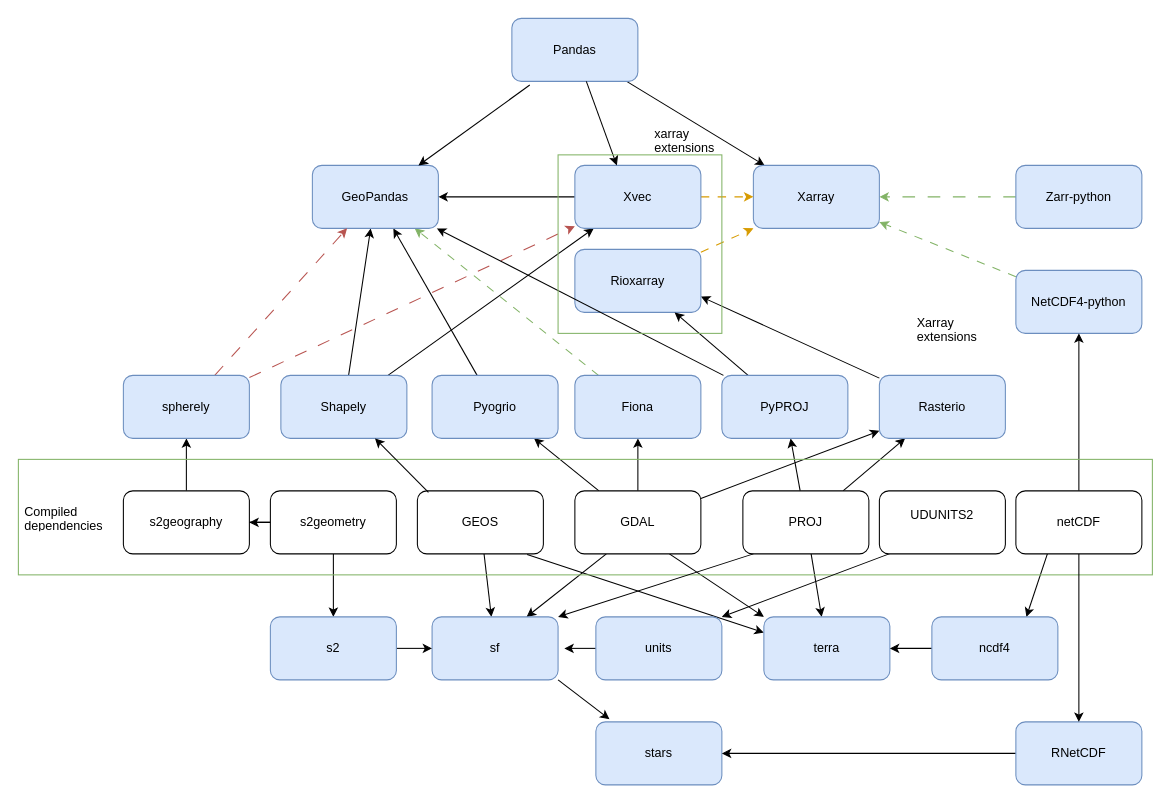
Above: geopythonR.drawio in edzer/sdsl (draw.io), before the change. Source tidied: cells renumbered, new cells numbered last; positions are measured from the earlier drawing's top-left corner, leaving out a move shared by most shapes. Both pictures are drawn from the tidied source at 105%, with x=0, y=0 at pixel (18, 18).
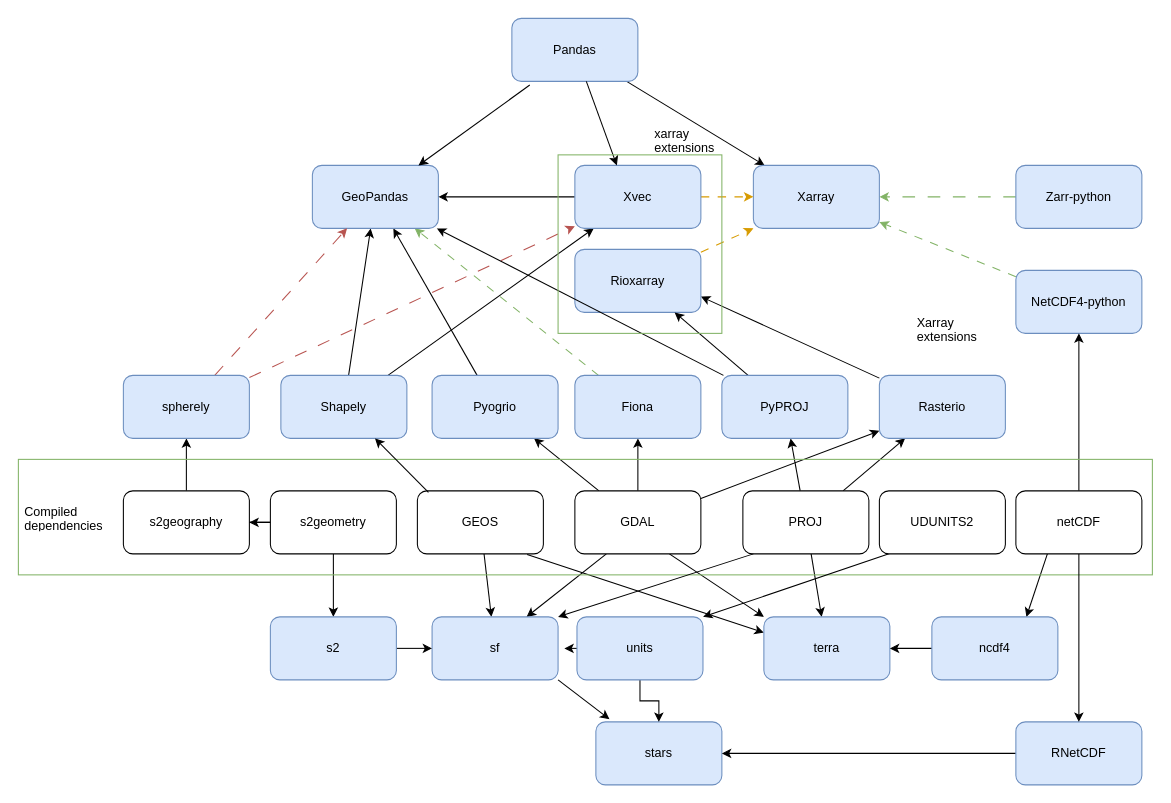
After the change.

Unchanged cells that the change refers to:
```xml
<mxCell id="62" value="stars" style="rounded=1;whiteSpace=wrap;html=1;fillColor=#dae8fc;strokeColor=#6c8ebf;" parent="1" vertex="1">
  <mxGeometry x="550" y="670" width="120" height="60" as="geometry" />
</mxCell>
```

Diff of the diagram source:
```diff
@@
-    <mxCell id="70" value="UDUNITS2&lt;div&gt;&lt;br&gt;&lt;/div&gt;" style="rounded=1;whiteSpace=wrap;html=1;" parent="1" vertex="1">
+    <mxCell id="70" value="UDUNITS2" style="rounded=1;whiteSpace=wrap;html=1;" parent="1" vertex="1">
       <mxGeometry x="820" y="450" width="120" height="60" as="geometry" />
     </mxCell>
@@
+    <mxCell id="75" style="edgeStyle=orthogonalEdgeStyle;rounded=0;jettySize=auto;html=1;exitX=0.5;exitY=1;exitDx=0;exitDy=0;entryX=0.5;entryY=0;entryDx=0;entryDy=0;" parent="1" edge="1" source="74" target="62">
+      <mxGeometry relative="1" as="geometry" />
+    </mxCell>
     <mxCell id="74" value="units" style="rounded=1;whiteSpace=wrap;html=1;fillColor=#dae8fc;strokeColor=#6c8ebf;" parent="1" vertex="1">
-      <mxGeometry x="550" y="570" width="120" height="60" as="geometry" />
+      <mxGeometry x="532" y="570" width="120" height="60" as="geometry" />
     </mxCell>
```
